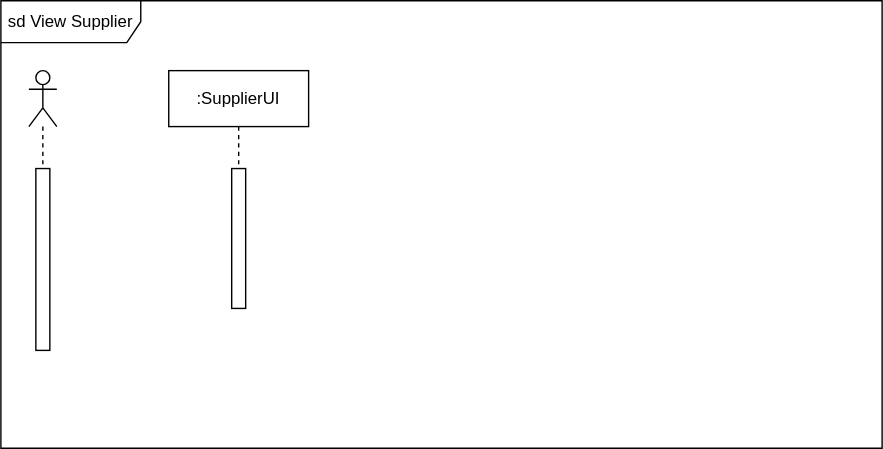
This is view_supp.svg from Simamkele88/IFM3_GP, a draw.io export, as it was before one commit. Source tidied: cells renumbered, new cells last; positions are measured from the earlier drawing's top-left corner, leaving out a move shared by most shapes.
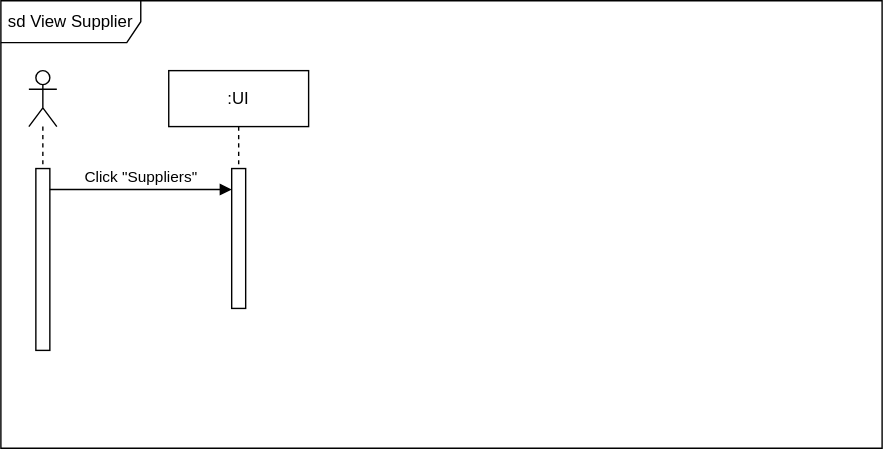
The same diagram one commit later.

Diff of the diagram source:
```diff
@@ -8,7 +8,7 @@
     <mxCell id="3" style="shape=umlLifeline;perimeter=lifelinePerimeter;whiteSpace=wrap;html=1;newEdgeStyle={&quot;curved&quot;:0,&quot;rounded&quot;:0};participant=umlActor;" parent="1" vertex="1">
       <mxGeometry x="20" y="50" width="20" height="80" as="geometry" />
     </mxCell>
-    <mxCell id="4" value=":SupplierUI" style="shape=umlLifeline;perimeter=lifelinePerimeter;whiteSpace=wrap;html=1;newEdgeStyle={&quot;curved&quot;:0,&quot;rounded&quot;:0};" parent="1" vertex="1">
+    <mxCell id="4" value=":UI" style="shape=umlLifeline;perimeter=lifelinePerimeter;whiteSpace=wrap;html=1;newEdgeStyle={&quot;curved&quot;:0,&quot;rounded&quot;:0};" parent="1" vertex="1">
       <mxGeometry x="120" y="50" width="100" height="170" as="geometry" />
     </mxCell>
     <mxCell id="5" style="html=1;points=[[0,0,0,0,5],[0,1,0,0,-5],[1,0,0,0,5],[1,1,0,0,-5]];perimeter=orthogonalPerimeter;outlineConnect=0;targetShapes=umlLifeline;portConstraint=eastwest;newEdgeStyle={&quot;curved&quot;:0,&quot;rounded&quot;:0};" parent="4" vertex="1">
@@ -17,5 +17,12 @@
     <mxCell id="6" style="html=1;points=[[0,0,0,0,5],[0,1,0,0,-5],[1,0,0,0,5],[1,1,0,0,-5]];perimeter=orthogonalPerimeter;outlineConnect=0;targetShapes=umlLifeline;portConstraint=eastwest;newEdgeStyle={&quot;curved&quot;:0,&quot;rounded&quot;:0};" parent="1" vertex="1">
       <mxGeometry x="25" y="120" width="10" height="130" as="geometry" />
     </mxCell>
+    <mxCell id="7" value="Click &quot;Suppliers&quot;" style="html=1;verticalAlign=bottom;endArrow=block;curved=0;rounded=0;" parent="1" edge="1" source="6" target="5">
+      <mxGeometry relative="1" as="geometry">
+        <Array as="points">
+          <mxPoint x="100" y="135" />
+        </Array>
+      </mxGeometry>
+    </mxCell>
   </root>
 </mxGraphModel>
```
